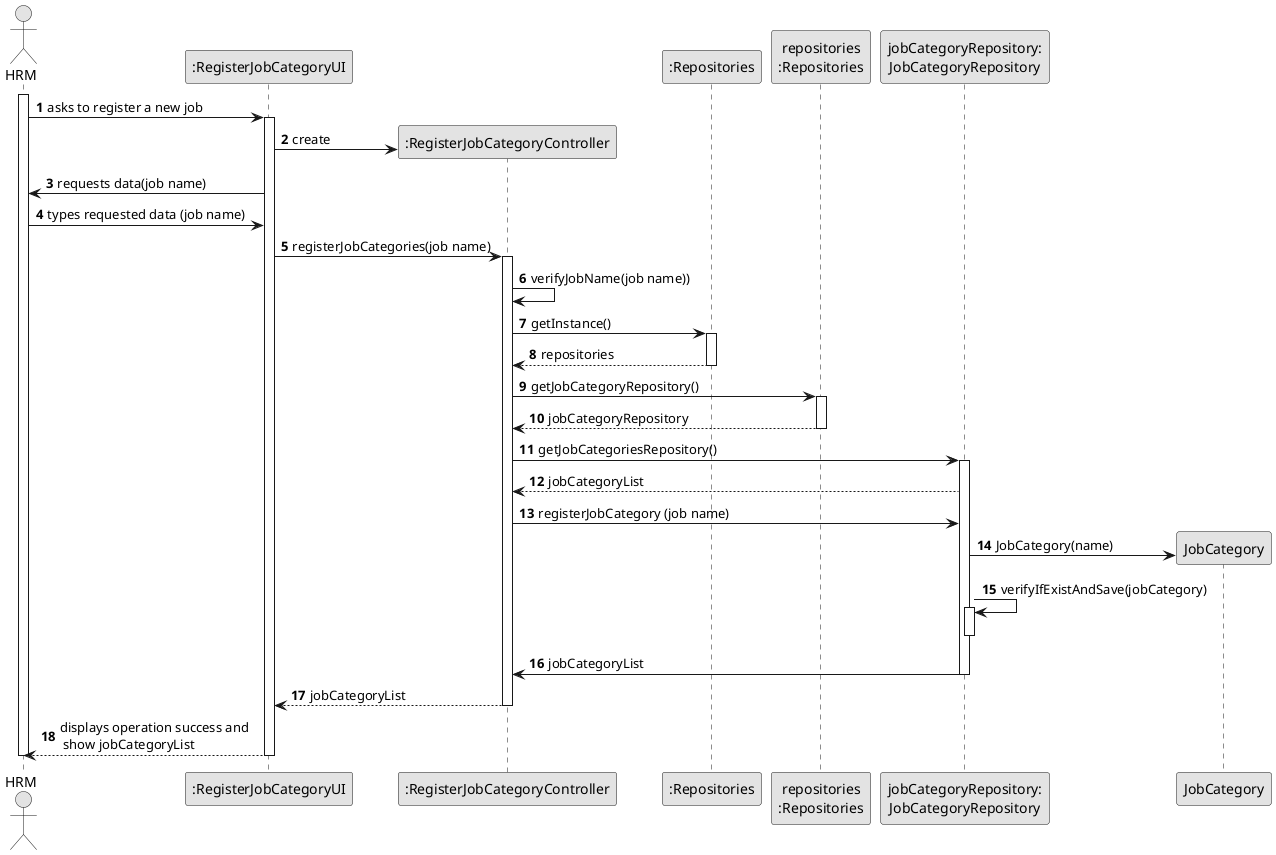
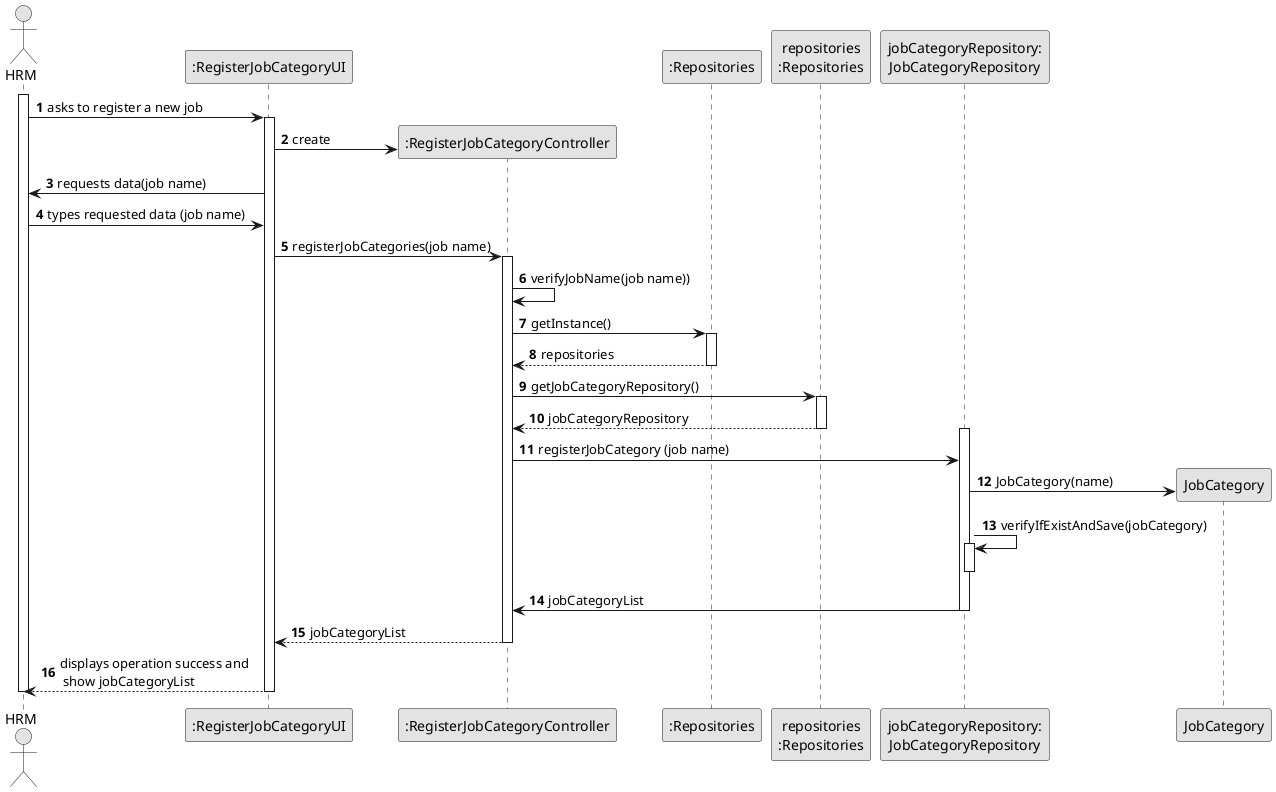
@startuml
skinparam monochrome true
skinparam packageStyle rectangle
skinparam shadowing false

autonumber

'hide footbox
actor "HRM" as HRM
participant ":RegisterJobCategoryUI" as UI
participant ":RegisterJobCategoryController" as CTRL
participant ":Repositories" as RepositorySingleton
participant "repositories\n:Repositories" as PLAT
participant "jobCategoryRepository:\nJobCategoryRepository" as JobCategoryRepository


activate HRM

        HRM -> UI : asks to register a new job

        activate UI

'            UI --> HRM : requests data (reference, description,  informal \n description, technical description, duration, cost)
            'create CTRL
            UI -> CTRL** : create

         UI -> HRM : requests data(job name)
         HRM -> UI : types requested data (job name)

            UI -> CTRL : registerJobCategories(job name)

            activate CTRL
            CTRL -> CTRL : verifyJobName(job name))


                CTRL -> RepositorySingleton : getInstance()
                activate RepositorySingleton

                    RepositorySingleton --> CTRL: repositories
                deactivate RepositorySingleton

                CTRL -> PLAT : getJobCategoryRepository()
                activate PLAT

                    PLAT --> CTRL: jobCategoryRepository
                deactivate PLAT

-                 CTRL -> JobCategoryRepository : getJobCategoriesRepository()
+ 
                activate JobCategoryRepository

-                     JobCategoryRepository --> CTRL : jobCategoryList
+ 
                    CTRL -> JobCategoryRepository : registerJobCategory (job name)
                    JobCategoryRepository -> JobCategory** : JobCategory(name)

                    JobCategoryRepository -> JobCategoryRepository : verifyIfExistAndSave(jobCategory)
                    activate JobCategoryRepository

                deactivate JobCategoryRepository

                JobCategoryRepository -> CTRL : jobCategoryList
                deactivate JobCategoryRepository

                CTRL --> UI : jobCategoryList
            deactivate CTRL


            UI --> HRM : displays operation success and \n show jobCategoryList
    deactivate UI

deactivate HRM

@enduml